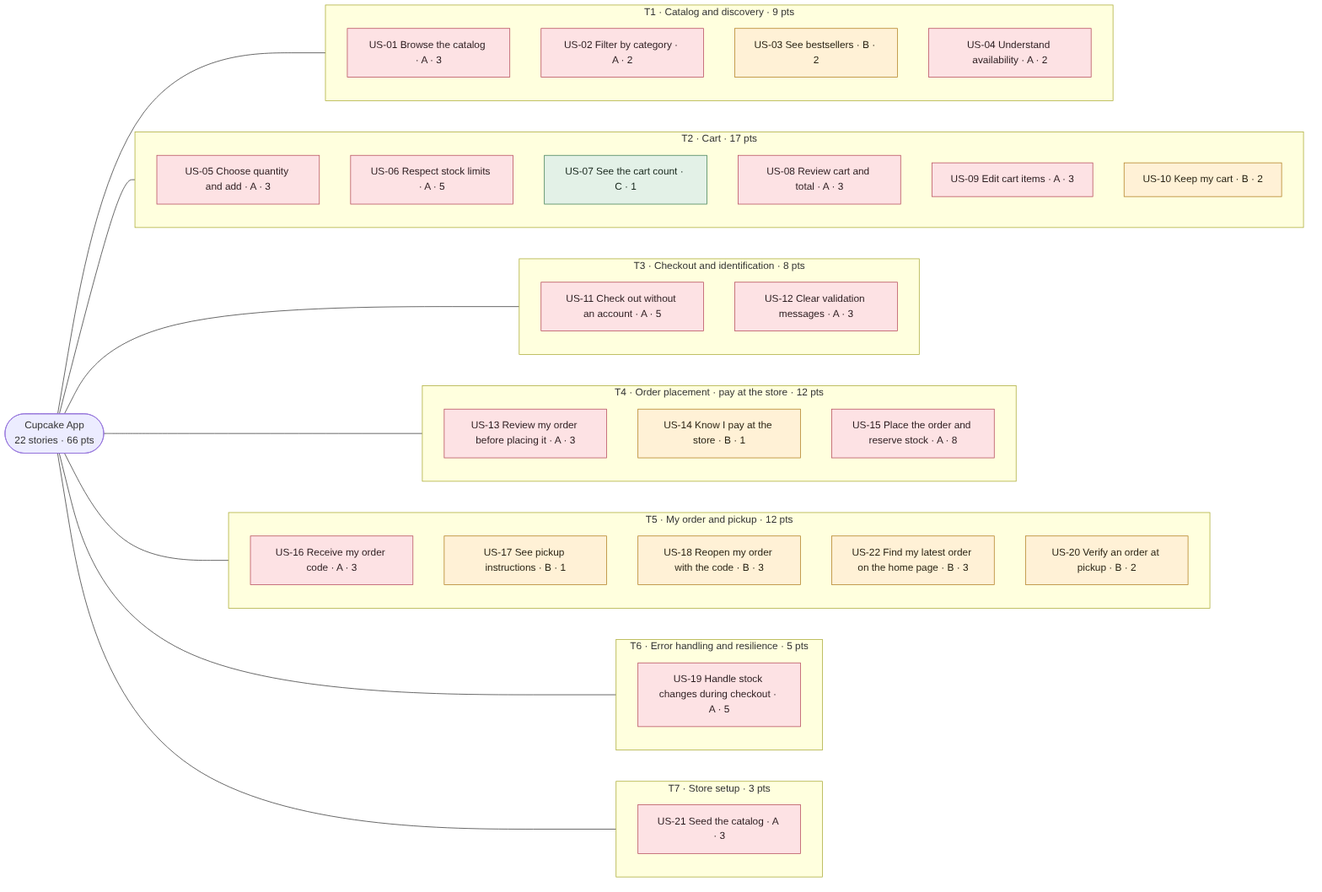
The Mermaid diagram docs/diagrams/planning/affinity-map.png in tiagopacedev/cupcake-app, before a commit. Its source is kept beside it as docs/diagrams/planning/affinity-map.mmd.
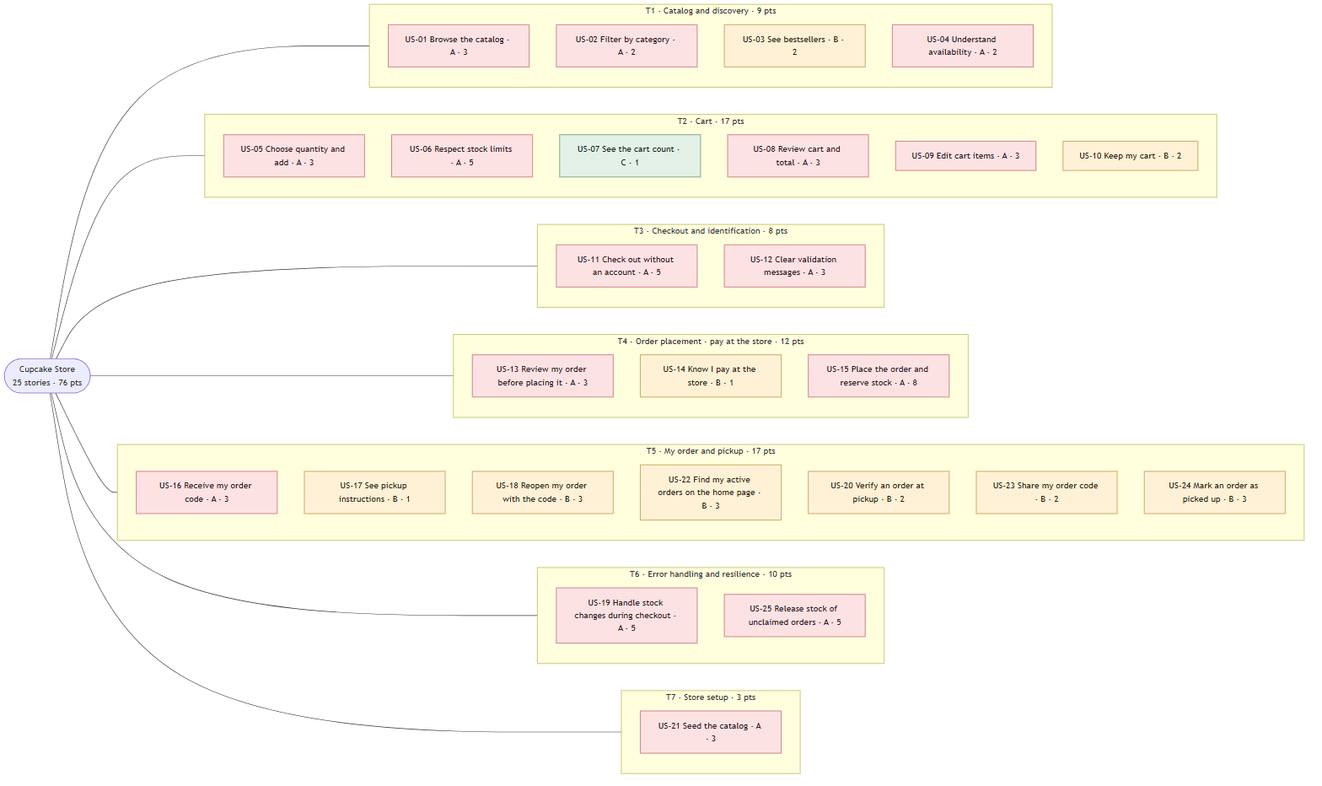
After the change.

The edit, as a diff of the source:
```diff
@@ -1,5 +1,5 @@
 flowchart LR
-  APP(["Cupcake App<br/>22 stories · 66 pts"])
+  APP(["Cupcake Store<br/>25 stories · 76 pts"])
 
   subgraph T1["T1 · Catalog and discovery · 9 pts"]
     direction TB
@@ -32,17 +32,21 @@
     US15["US-15 Place the order and reserve stock · A · 8"]
   end
 
-  subgraph T5["T5 · My order and pickup · 12 pts"]
+  subgraph T5["T5 · My order and pickup · 17 pts"]
     direction TB
     US16["US-16 Receive my order code · A · 3"]
     US17["US-17 See pickup instructions · B · 1"]
     US18["US-18 Reopen my order with the code · B · 3"]
-    US22["US-22 Find my latest order on the home page · B · 3"]
+    US22["US-22 Find my active orders on the home page · B · 3"]
     US20["US-20 Verify an order at pickup · B · 2"]
+    US23["US-23 Share my order code · B · 2"]
+    US24["US-24 Mark an order as picked up · B · 3"]
   end
 
-  subgraph T6["T6 · Error handling and resilience · 5 pts"]
+  subgraph T6["T6 · Error handling and resilience · 10 pts"]
+    direction TB
     US19["US-19 Handle stock changes during checkout · A · 5"]
+    US25["US-25 Release stock of unclaimed orders · A · 5"]
   end
 
   subgraph T7["T7 · Store setup · 3 pts"]
@@ -60,6 +64,6 @@
   classDef a fill:#FDE2E4,stroke:#B5485A,color:#2B1B1E
   classDef b fill:#FFF1D6,stroke:#B07D1F,color:#2B2414
   classDef c fill:#E3F1E7,stroke:#3E7D53,color:#16261B
-  class US01,US02,US04,US05,US06,US08,US09,US11,US12,US13,US15,US16,US19,US21 a
-  class US03,US10,US14,US17,US18,US20,US22 b
+  class US01,US02,US04,US05,US06,US08,US09,US11,US12,US13,US15,US16,US19,US21,US25 a
+  class US03,US10,US14,US17,US18,US20,US22,US23,US24 b
   class US07 c
```
